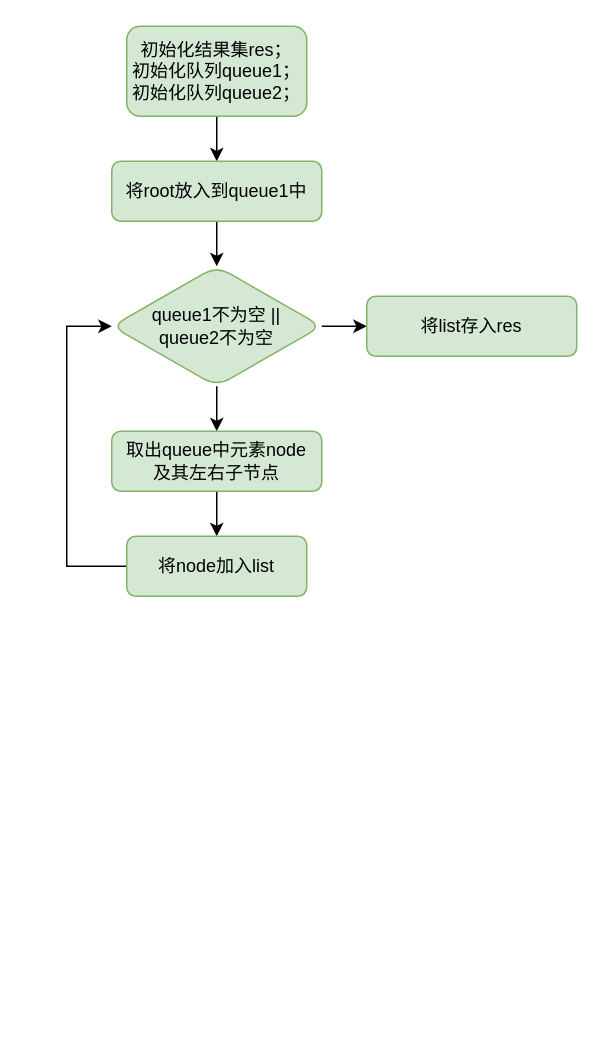
This is 2022年4月9日.drawio from HonyoLAN/telmy, a draw.io file, before an edit. Source tidied: cells renumbered, new cells numbered last; positions are measured from the earlier drawing's top-left corner, leaving out a move shared by most shapes. Both pictures are drawn from the tidied source at 150%, with x=0, y=0 at pixel (66, 26).
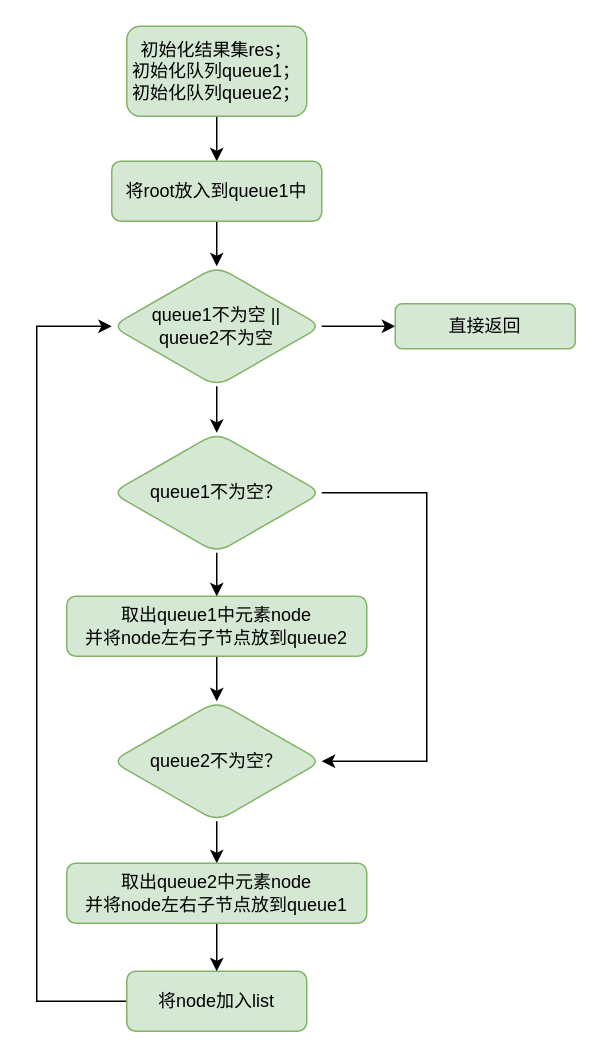
The same page after the edit.

Commit message (it also covers changes not shown here):
更新2022年4月9日.drawio

Unchanged cells that the change refers to:
```xml
<mxCell id="8" value="queue1不为空 ||&lt;br&gt;queue2不为空" style="rhombus;whiteSpace=wrap;html=1;fillColor=#d5e8d4;strokeColor=#82b366;rounded=1;" parent="1" vertex="1">
  <mxGeometry x="30" y="160" width="140" height="80" as="geometry" />
</mxCell>
```

Diff of the diagram source:
```diff
@@
-    <mxCell id="6" style="edgeStyle=orthogonalEdgeStyle;rounded=0;jettySize=auto;html=1;" parent="1" edge="1" source="8" target="10">
-      <mxGeometry relative="1" as="geometry" />
-    </mxCell>
-    <mxCell id="7" style="edgeStyle=orthogonalEdgeStyle;rounded=0;jettySize=auto;html=1;" parent="1" edge="1" source="8" target="13">
-      <mxGeometry relative="1" as="geometry" />
-    </mxCell>
+    <mxCell id="14" style="edgeStyle=orthogonalEdgeStyle;rounded=0;jettySize=auto;html=1;" parent="1" edge="1" source="8" target="20">
+      <mxGeometry relative="1" as="geometry" />
+    </mxCell>
+    <mxCell id="15" style="edgeStyle=orthogonalEdgeStyle;rounded=0;jettySize=auto;html=1;" parent="1" edge="1" source="8" target="21">
+      <mxGeometry relative="1" as="geometry" />
+    </mxCell>
@@
-    <mxCell id="9" style="edgeStyle=orthogonalEdgeStyle;rounded=0;jettySize=auto;html=1;" parent="1" edge="1" source="10" target="12">
-      <mxGeometry relative="1" as="geometry" />
-    </mxCell>
-    <mxCell id="10" value="取出queue中元素node&lt;br&gt;及其左右子节点" style="rounded=1;whiteSpace=wrap;html=1;fillColor=#d5e8d4;strokeColor=#82b366;" parent="1" vertex="1">
-      <mxGeometry x="30" y="270" width="140" height="40" as="geometry" />
-    </mxCell>
     <mxCell id="11" style="edgeStyle=orthogonalEdgeStyle;rounded=0;jettySize=auto;html=1;exitX=0;exitY=0.5;exitDx=0;exitDy=0;entryX=0;entryY=0.5;entryDx=0;entryDy=0;" parent="1" edge="1" source="12" target="8">
       <mxGeometry relative="1" as="geometry">
         <Array as="points">
-          <mxPoint y="360" />
-          <mxPoint y="200" />
+          <mxPoint x="-20" y="650" />
+          <mxPoint x="-20" y="200" />
         </Array>
       </mxGeometry>
     </mxCell>
     <mxCell id="12" value="将node加入list" style="rounded=1;whiteSpace=wrap;html=1;fillColor=#d5e8d4;strokeColor=#82b366;" parent="1" vertex="1">
-      <mxGeometry x="40" y="340" width="120" height="40" as="geometry" />
+      <mxGeometry x="40" y="630" width="120" height="40" as="geometry" />
     </mxCell>
-    <mxCell id="13" value="将list存入res" style="rounded=1;whiteSpace=wrap;html=1;fillColor=#d5e8d4;strokeColor=#82b366;" parent="1" vertex="1">
-      <mxGeometry x="200" y="180" width="140" height="40" as="geometry" />
-    </mxCell>
+    <mxCell id="16" style="edgeStyle=orthogonalEdgeStyle;rounded=0;jettySize=auto;html=1;" parent="1" edge="1" source="17" target="23">
+      <mxGeometry relative="1" as="geometry" />
+    </mxCell>
+    <mxCell id="17" value="取出queue1中元素node&lt;br&gt;并将node左右子节点放到queue2" style="rounded=1;whiteSpace=wrap;html=1;fillColor=#d5e8d4;strokeColor=#82b366;" parent="1" vertex="1">
+      <mxGeometry y="380" width="200" height="40" as="geometry" />
+    </mxCell>
+    <mxCell id="18" style="edgeStyle=orthogonalEdgeStyle;rounded=0;jettySize=auto;html=1;" parent="1" edge="1" source="20" target="17">
+      <mxGeometry relative="1" as="geometry" />
+    </mxCell>
+    <mxCell id="19" style="edgeStyle=orthogonalEdgeStyle;rounded=0;jettySize=auto;html=1;exitX=1;exitY=0.5;exitDx=0;exitDy=0;entryX=1;entryY=0.5;entryDx=0;entryDy=0;" parent="1" edge="1" source="20" target="23">
+      <mxGeometry relative="1" as="geometry">
+        <Array as="points">
+          <mxPoint x="240" y="311" />
+          <mxPoint x="240" y="490" />
+        </Array>
+      </mxGeometry>
+    </mxCell>
+    <mxCell id="20" value="queue1不为空？" style="rhombus;whiteSpace=wrap;html=1;fillColor=#d5e8d4;strokeColor=#82b366;rounded=1;" parent="1" vertex="1">
+      <mxGeometry x="30" y="271" width="140" height="80" as="geometry" />
+    </mxCell>
+    <mxCell id="21" value="直接返回" style="whiteSpace=wrap;html=1;fillColor=#d5e8d4;strokeColor=#82b366;rounded=1;" parent="1" vertex="1">
+      <mxGeometry x="219" y="185" width="120" height="30" as="geometry" />
+    </mxCell>
+    <mxCell id="22" style="edgeStyle=orthogonalEdgeStyle;rounded=0;jettySize=auto;html=1;" parent="1" edge="1" source="23" target="25">
+      <mxGeometry relative="1" as="geometry" />
+    </mxCell>
+    <mxCell id="23" value="queue2不为空？" style="rhombus;whiteSpace=wrap;html=1;fillColor=#d5e8d4;strokeColor=#82b366;rounded=1;" parent="1" vertex="1">
+      <mxGeometry x="30" y="450" width="140" height="80" as="geometry" />
+    </mxCell>
+    <mxCell id="24" style="edgeStyle=orthogonalEdgeStyle;rounded=0;jettySize=auto;html=1;" parent="1" edge="1" source="25" target="12">
+      <mxGeometry relative="1" as="geometry" />
+    </mxCell>
+    <mxCell id="25" value="取出queue2中元素node&lt;br&gt;并将node左右子节点放到queue1" style="rounded=1;whiteSpace=wrap;html=1;fillColor=#d5e8d4;strokeColor=#82b366;" parent="1" vertex="1">
+      <mxGeometry y="558" width="200" height="40" as="geometry" />
+    </mxCell>
```
